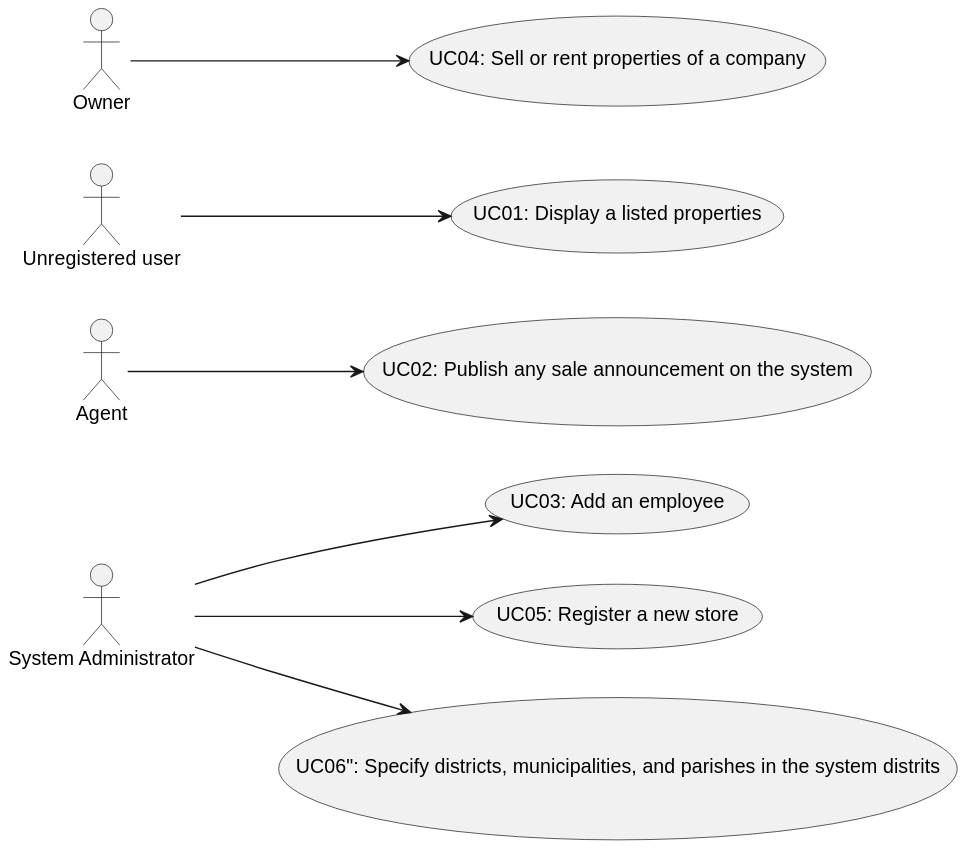
The PlantUML diagram docs/sprintA/global-artifacts/01.requirements-engineering/svg/use-case-diagram.svg in PureNimble/ISEP-LAPR2, before a commit. The source it was exported from:
```plantuml
@startuml
left to right direction

 :System Administrator: as admin
 :Agent: as agent
 :Unregistered user: as user
 :Owner: as owner

    usecase "UC01: Display a listed properties" as UC1
    usecase "UC02: Publish any sale announcement on the system" as UC2
    usecase "UC03: Add an employee" as UC3
    usecase "UC04: Sell or rent properties of a company" as UC4
    usecase "UC05: Register a new store" as UC5
    usecase "UC06": Specify districts, municipalities, and parishes in the system distrits" as UC6

 admin --> UC5
 admin --> UC3
 admin --> UC6

 user --> UC1

 agent --> UC2

 owner --> UC4
@enduml
```
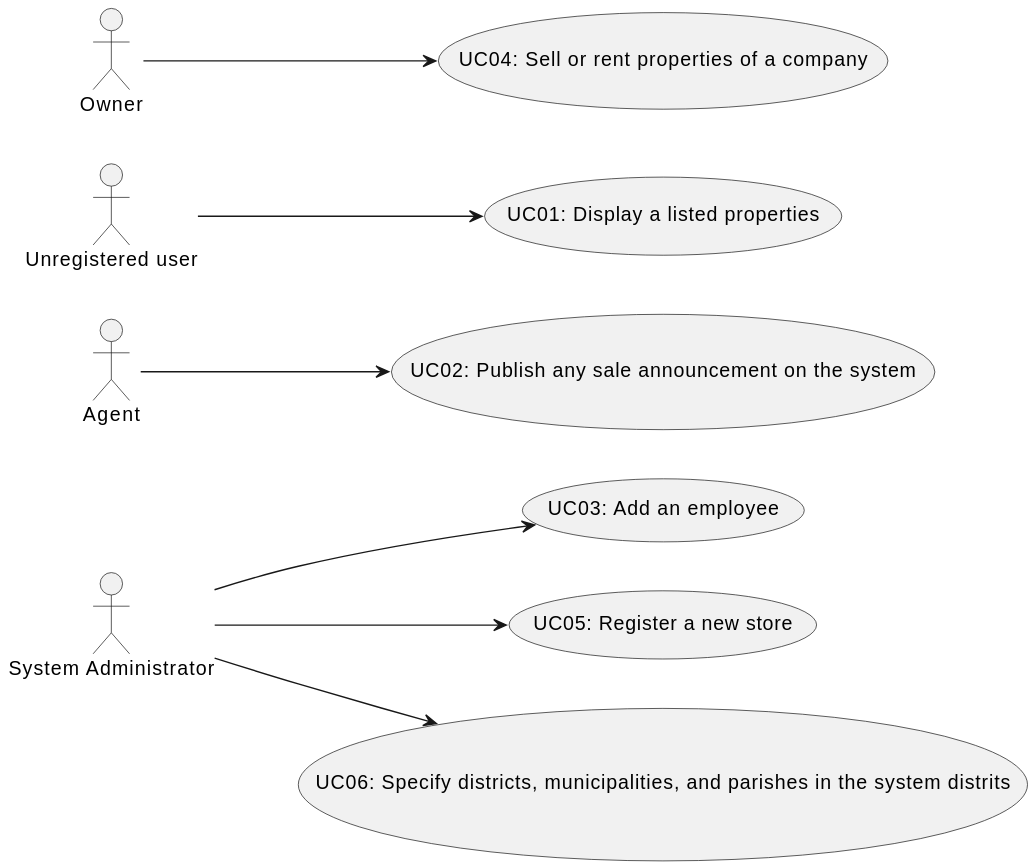
Above is the later version.

Diff of the diagram source:
```diff
@@ -11,7 +11,7 @@
     usecase "UC03: Add an employee" as UC3
     usecase "UC04: Sell or rent properties of a company" as UC4
     usecase "UC05: Register a new store" as UC5
-    usecase "UC06": Specify districts, municipalities, and parishes in the system distrits" as UC6
+    usecase "UC06: Specify districts, municipalities, and parishes in the system distrits" as UC6
 
  admin --> UC5
  admin --> UC3
```
